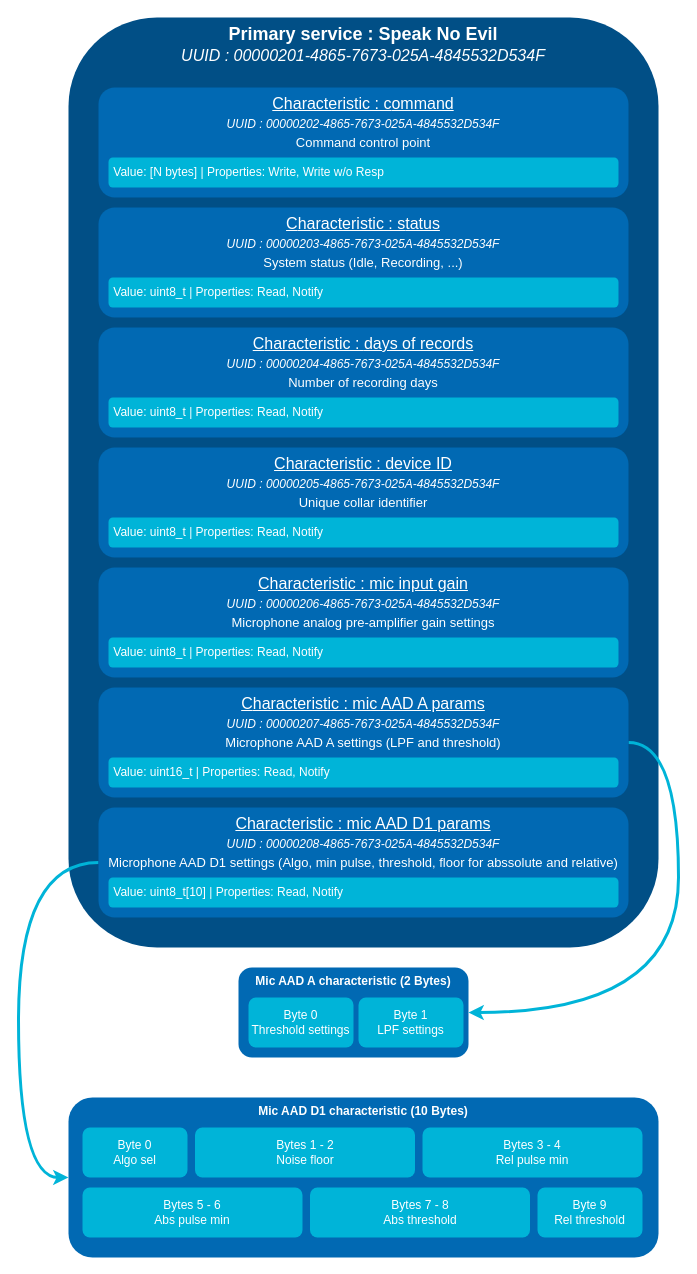
Earlier version of the draw.io diagram 01-Report/diagram/snes.drawio (DrinkDark/Master_TM_DataCollar). Source tidied: cells renumbered, new cells numbered last; positions are measured from the earlier drawing's top-left corner, leaving out a move shared by most shapes. Both pictures are drawn from the tidied source at 100%, with x=0, y=0 at pixel (18, 17).
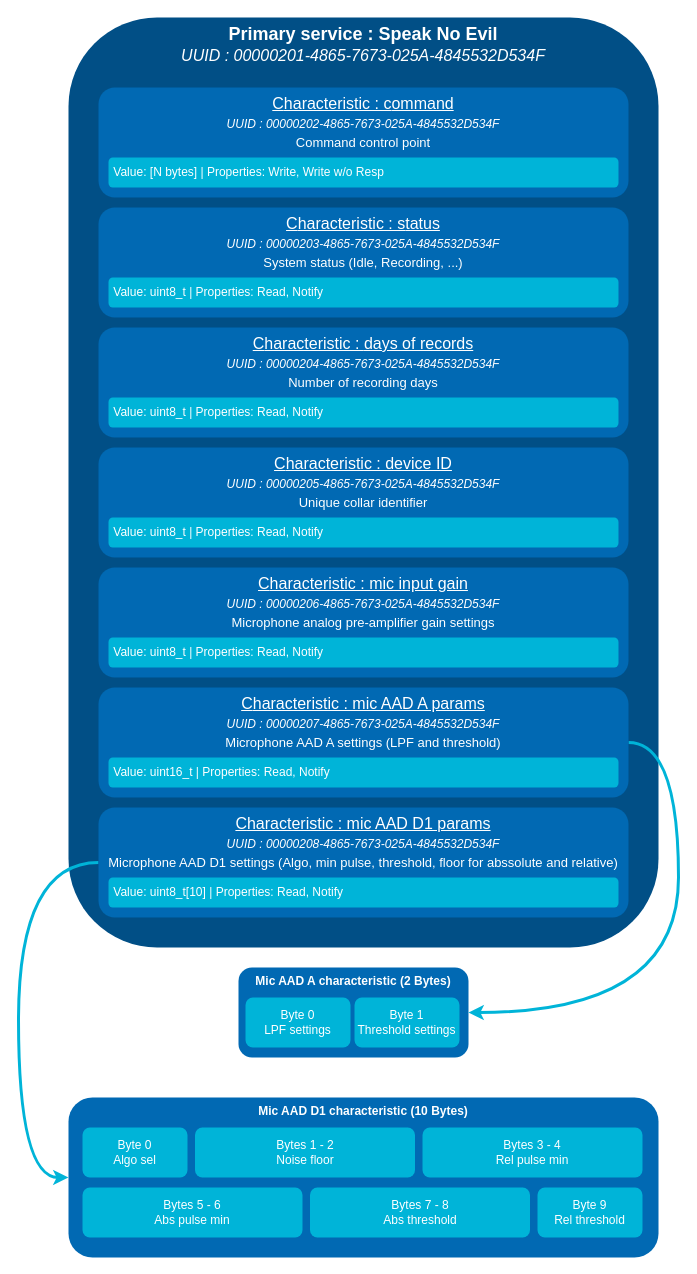
After the change.

Diff of the diagram source:
```diff
@@
-    <mxCell id="20" value="&lt;font color=&quot;#ffffff&quot;&gt;Byte 0&lt;br&gt;Threshold settings&lt;/font&gt;" style="rounded=1;whiteSpace=wrap;html=1;fillColor=#00B4D8;strokeColor=none;" parent="1" vertex="1">
-      <mxGeometry x="230" y="980" width="105" height="50" as="geometry" />
+    <mxCell id="20" value="&lt;font color=&quot;#ffffff&quot;&gt;Byte 1&lt;br&gt;Threshold settings&lt;/font&gt;" style="rounded=1;whiteSpace=wrap;html=1;fillColor=#00B4D8;strokeColor=none;" parent="1" vertex="1">
+      <mxGeometry x="336" y="980" width="105" height="50" as="geometry" />
     </mxCell>
-    <mxCell id="21" value="&lt;font color=&quot;#ffffff&quot;&gt;Byte 1&lt;br&gt;LPF settings&lt;/font&gt;" style="rounded=1;whiteSpace=wrap;html=1;fillColor=#00B4D8;strokeColor=none;" parent="1" vertex="1">
-      <mxGeometry x="340" y="980" width="105" height="50" as="geometry" />
+    <mxCell id="21" value="&lt;font color=&quot;#ffffff&quot;&gt;Byte 0&lt;br&gt;LPF settings&lt;/font&gt;" style="rounded=1;whiteSpace=wrap;html=1;fillColor=#00B4D8;strokeColor=none;" parent="1" vertex="1">
+      <mxGeometry x="227" y="980" width="105" height="50" as="geometry" />
     </mxCell>
```
